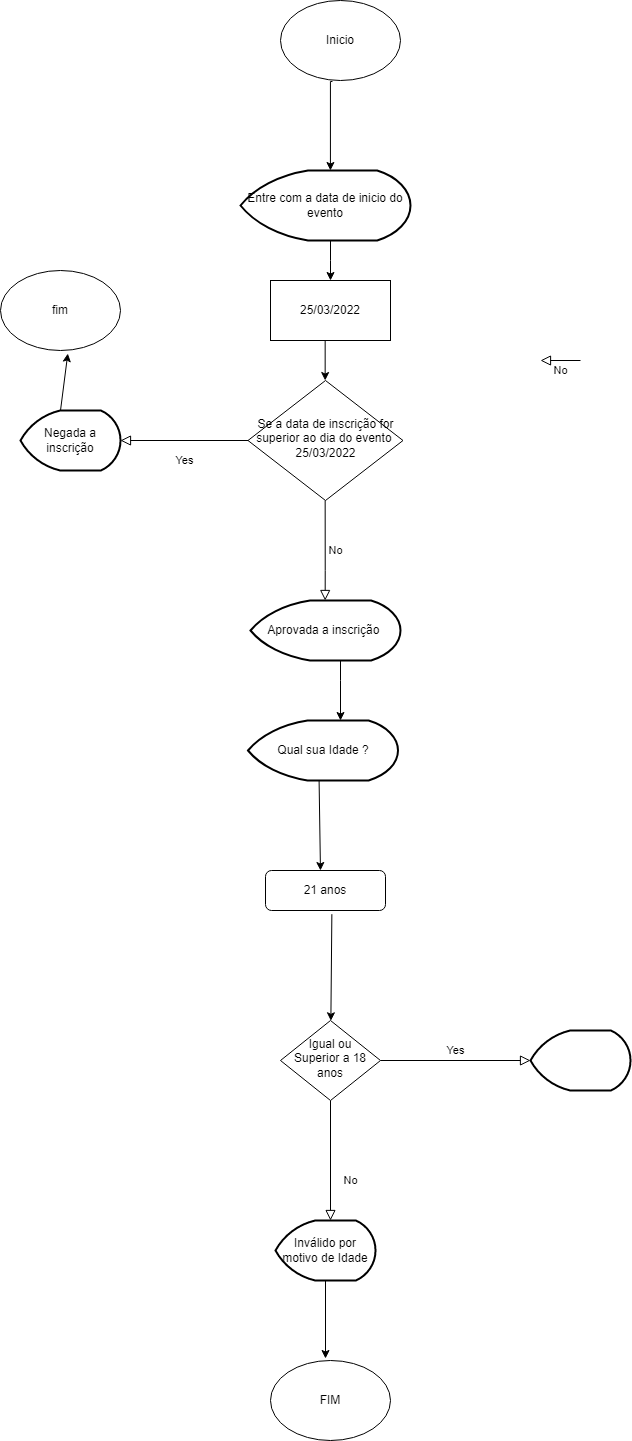
EvertonMDS/Fluxograma keeps this draw.io diagram as Untitled Diagram.drawio.png. Above is the earlier version. Source tidied: cells renumbered, new cells last; positions are measured from the earlier drawing's top-left corner, leaving out a move shared by most shapes.
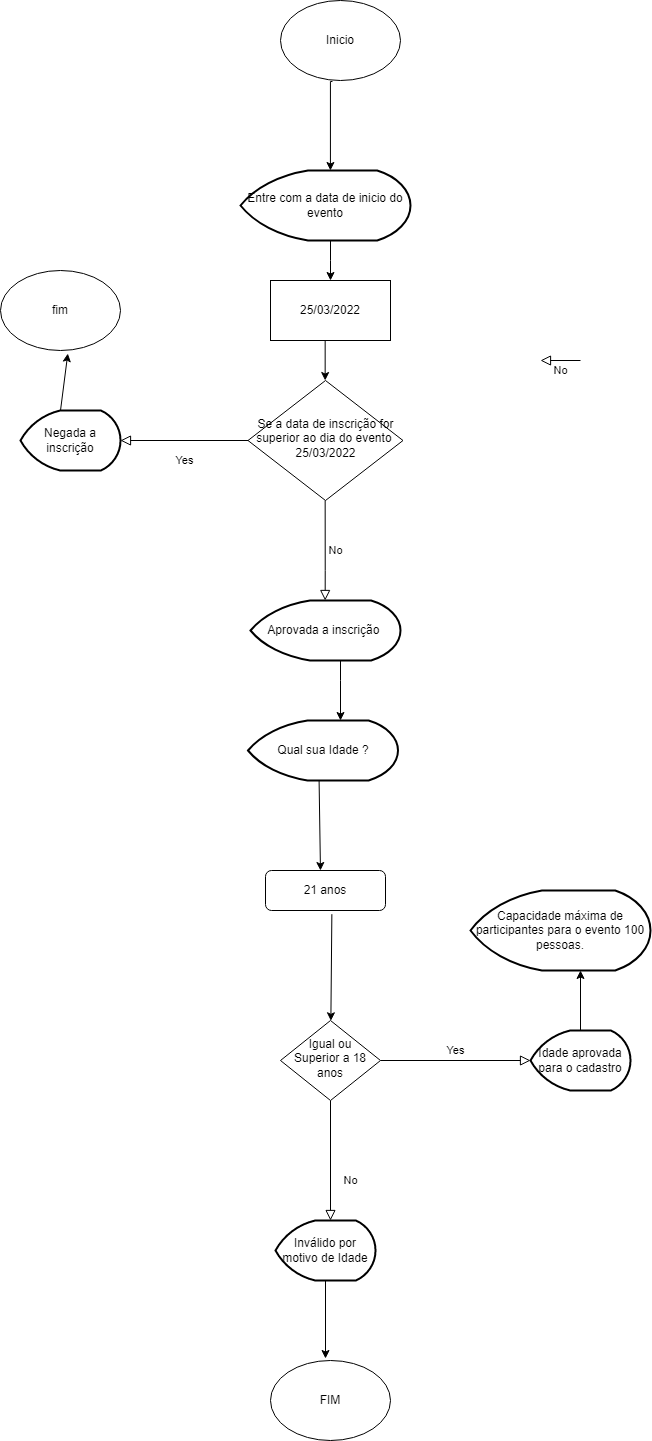
The same file after the commit.

Diff of the diagram source:
```diff
@@ -118,8 +118,17 @@
         <mxPoint x="325" y="1358" as="targetPoint" />
       </mxGeometry>
     </mxCell>
-    <mxCell id="27" style="strokeWidth=2;html=1;shape=mxgraph.flowchart.display;whiteSpace=wrap;" parent="1" vertex="1">
+    <mxCell id="27" value="Idade aprovada para o cadastro" style="strokeWidth=2;html=1;shape=mxgraph.flowchart.display;whiteSpace=wrap;" parent="1" vertex="1">
       <mxGeometry x="530" y="1030" width="100" height="60" as="geometry" />
     </mxCell>
+    <mxCell id="28" style="endArrow=classic;html=1;rounded=0;" parent="1" edge="1">
+      <mxGeometry relative="1" as="geometry">
+        <mxPoint x="580" y="1030" as="sourcePoint" />
+        <mxPoint x="580" y="970" as="targetPoint" />
+      </mxGeometry>
+    </mxCell>
+    <mxCell id="29" value="Capacidade máxima de participantes para o evento 100 pessoas." style="strokeWidth=2;html=1;shape=mxgraph.flowchart.display;whiteSpace=wrap;" parent="1" vertex="1">
+      <mxGeometry x="470" y="890" width="180" height="80" as="geometry" />
+    </mxCell>
   </root>
 </mxGraphModel>
```
